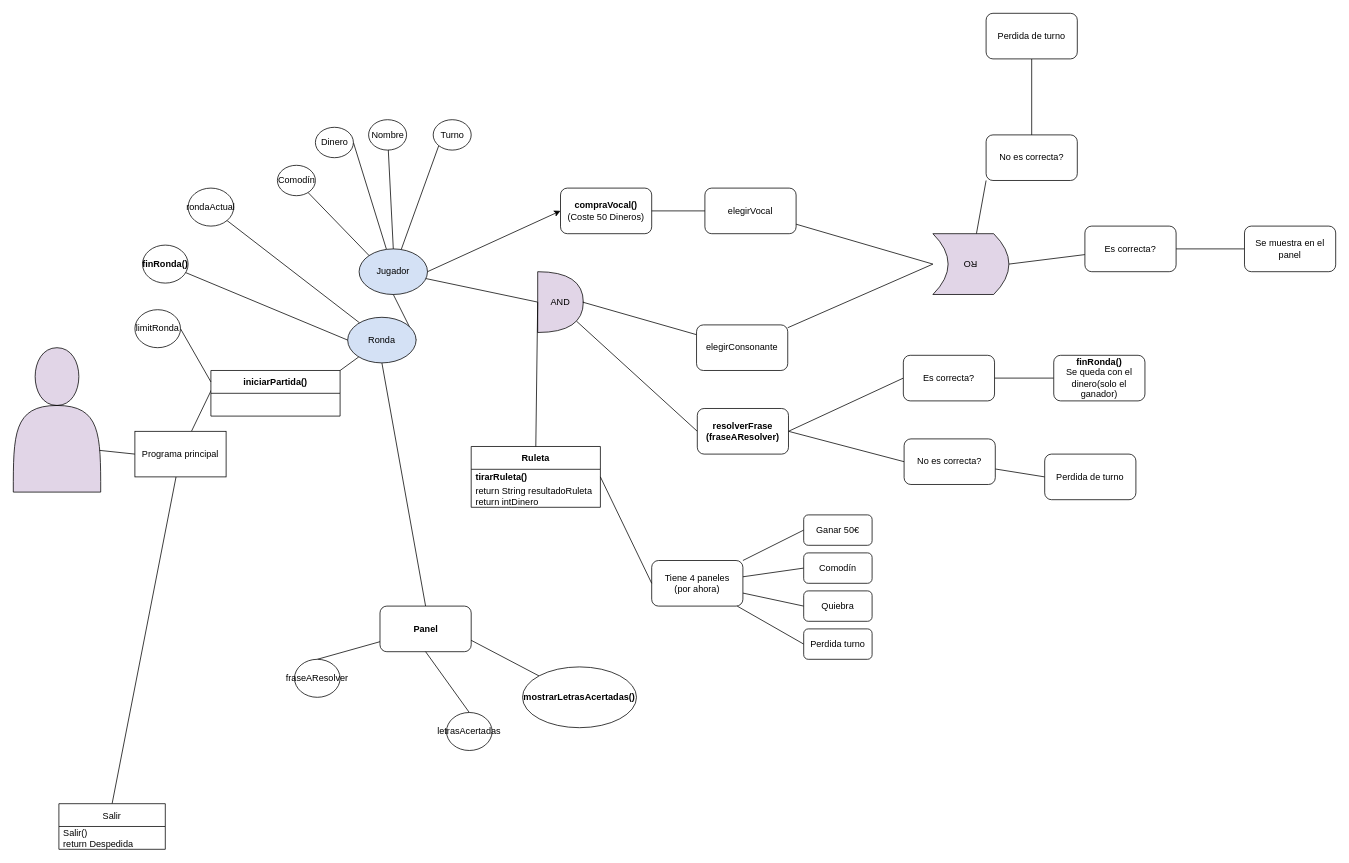
Before: Diagrama.drawio in joeljnq/proyectoRuletaSuerte, a draw.io diagram. Source tidied: cells renumbered, new cells numbered last; positions are measured from the earlier drawing's top-left corner, leaving out a move shared by most shapes. Both pictures are drawn from the tidied source at 76%, with x=0, y=0 at pixel (13, 13).
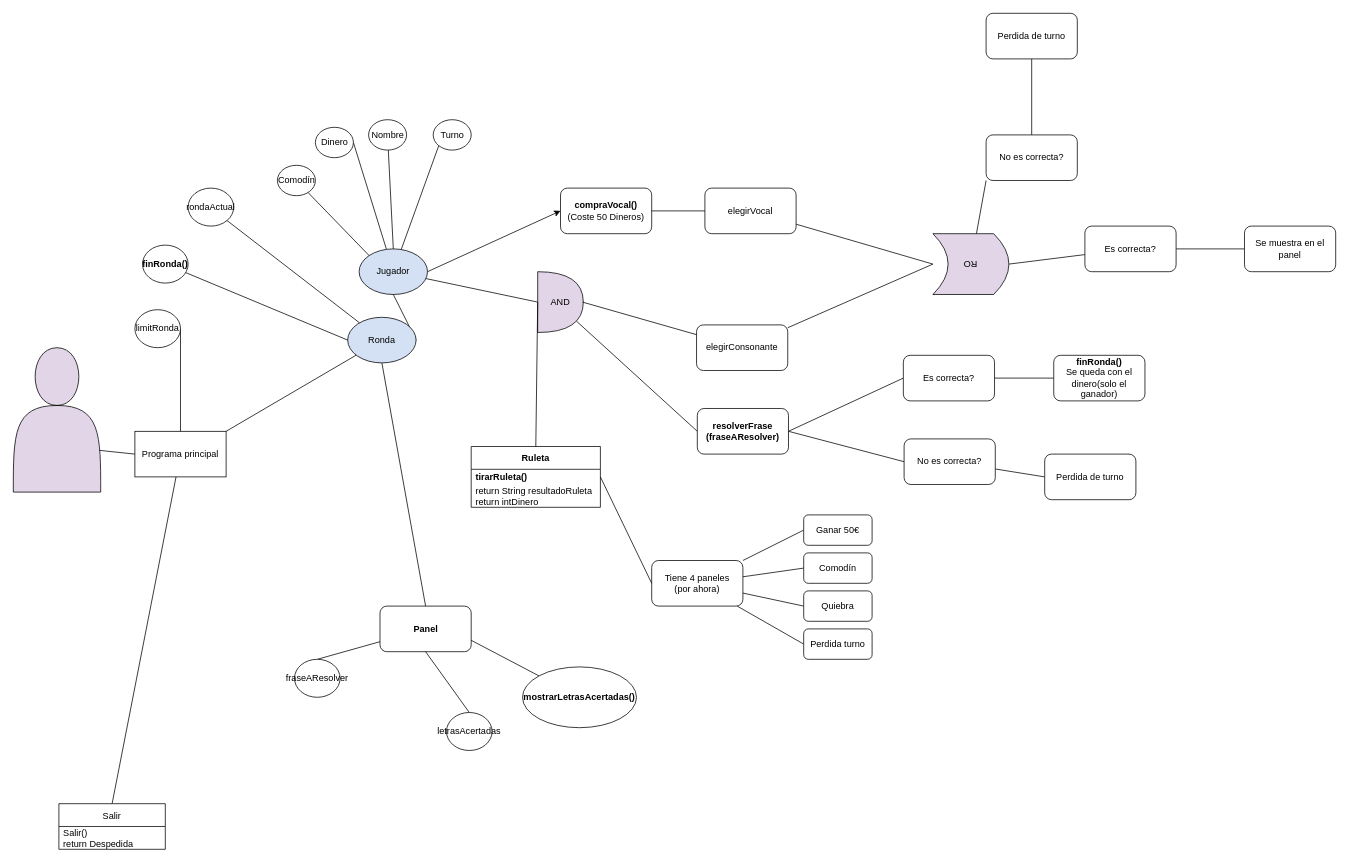
The same diagram, later.

Unchanged cells that the change refers to:
```xml
<mxCell id="6" value="Programa principal" style="rounded=0;whiteSpace=wrap;html=1;" parent="1" vertex="1">
  <mxGeometry x="160" y="550" width="120" height="60" as="geometry" />
</mxCell>
<mxCell id="52" value="Ronda" style="ellipse;whiteSpace=wrap;html=1;fillColor=#D4E1F5;" parent="1" vertex="1">
  <mxGeometry x="440" y="400" width="90" height="60" as="geometry" />
</mxCell>
<mxCell id="53" value="limitRonda" style="ellipse;whiteSpace=wrap;html=1;" parent="1" vertex="1">
  <mxGeometry x="160" y="390" width="60" height="50" as="geometry" />
</mxCell>
```

Diff of the diagram source:
```diff
@@
-    <mxCell id="4" style="edgeStyle=none;rounded=0;jettySize=auto;html=1;entryX=0.014;entryY=0.367;entryDx=0;entryDy=0;entryPerimeter=0;endArrow=none;endFill=0;" parent="1" edge="1" source="6" target="13">
-      <mxGeometry relative="1" as="geometry" />
-    </mxCell>
@@
-    <mxCell id="13" value="iniciarPartida()" style="swimlane;fontStyle=1;horizontal=1;startSize=30;" parent="1" vertex="1">
-      <mxGeometry x="260" y="470" width="170" height="60" as="geometry" />
-    </mxCell>
@@
-    <mxCell id="49" style="edgeStyle=none;rounded=0;jettySize=auto;html=1;entryX=1;entryY=0.5;entryDx=0;entryDy=0;endArrow=none;endFill=0;exitX=0;exitY=0.25;exitDx=0;exitDy=0;" parent="1" edge="1" source="13" target="53">
+    <mxCell id="49" style="edgeStyle=none;rounded=0;jettySize=auto;html=1;entryX=1;entryY=0.5;entryDx=0;entryDy=0;endArrow=none;endFill=0;exitX=0.5;exitY=0;exitDx=0;exitDy=0;" parent="1" edge="1" source="6" target="53">
       <mxGeometry relative="1" as="geometry" />
     </mxCell>
@@
-    <mxCell id="51" style="edgeStyle=none;rounded=0;jettySize=auto;html=1;entryX=1;entryY=0;entryDx=0;entryDy=0;endArrow=none;endFill=0;" parent="1" edge="1" source="52" target="13">
+    <mxCell id="51" style="edgeStyle=none;rounded=0;jettySize=auto;html=1;entryX=1;entryY=0;entryDx=0;entryDy=0;endArrow=none;endFill=0;" parent="1" edge="1" source="52" target="6">
       <mxGeometry relative="1" as="geometry" />
     </mxCell>
```
